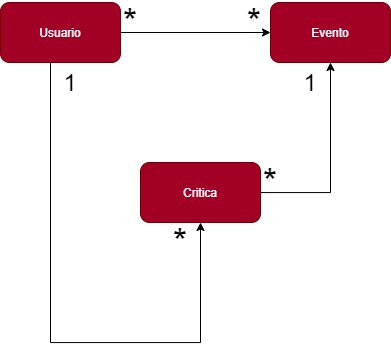
This is documentation/DB/relationship.drawio.png from GilDiego/eVent, a draw.io export, as it was before one commit. Source tidied: cells renumbered, new cells last; positions are measured from the earlier drawing's top-left corner, leaving out a move shared by most shapes. Its diagram source:
```xml
<mxGraphModel>
  <root>
    <mxCell id="0" />
    <mxCell id="1" parent="0" />
    <mxCell id="2" style="edgeStyle=orthogonalEdgeStyle;rounded=0;jettySize=auto;html=1;fontSize=24;" parent="1" edge="1" source="4" target="7">
      <mxGeometry relative="1" as="geometry">
        <Array as="points">
          <mxPoint x="50" y="340" />
        </Array>
      </mxGeometry>
    </mxCell>
    <mxCell id="3" style="edgeStyle=orthogonalEdgeStyle;rounded=0;jettySize=auto;html=1;entryX=0;entryY=0.5;entryDx=0;entryDy=0;fontSize=24;" parent="1" edge="1" source="4" target="5">
      <mxGeometry relative="1" as="geometry" />
    </mxCell>
    <mxCell id="4" value="Usuario" style="rounded=1;whiteSpace=wrap;html=1;fillColor=#a20025;strokeColor=#6F0000;fontColor=#ffffff;" parent="1" vertex="1">
      <mxGeometry width="120" height="60" as="geometry" />
    </mxCell>
    <mxCell id="5" value="Evento" style="rounded=1;whiteSpace=wrap;html=1;fillColor=#a20025;strokeColor=#6F0000;fontColor=#ffffff;" parent="1" vertex="1">
      <mxGeometry x="270" width="120" height="60" as="geometry" />
    </mxCell>
    <mxCell id="6" style="edgeStyle=orthogonalEdgeStyle;rounded=0;jettySize=auto;html=1;entryX=0.5;entryY=1;entryDx=0;entryDy=0;fontSize=24;" parent="1" edge="1" source="7" target="5">
      <mxGeometry relative="1" as="geometry" />
    </mxCell>
    <mxCell id="7" value="Critica" style="rounded=1;whiteSpace=wrap;html=1;fillColor=#a20025;strokeColor=#6F0000;fontColor=#ffffff;" parent="1" vertex="1">
      <mxGeometry x="140" y="160" width="120" height="60" as="geometry" />
    </mxCell>
    <mxCell id="8" value="*" style="text;html=1;strokeColor=none;fillColor=none;align=center;verticalAlign=middle;whiteSpace=wrap;rounded=0;fontSize=37;" parent="1" vertex="1">
      <mxGeometry x="110" y="10" width="40" height="20" as="geometry" />
    </mxCell>
    <mxCell id="9" value="*" style="text;html=1;strokeColor=none;fillColor=none;align=center;verticalAlign=middle;whiteSpace=wrap;rounded=0;fontSize=37;" parent="1" vertex="1">
      <mxGeometry x="234" y="10" width="40" height="20" as="geometry" />
    </mxCell>
    <mxCell id="10" value="1" style="text;html=1;strokeColor=none;fillColor=none;align=center;verticalAlign=middle;whiteSpace=wrap;rounded=0;fontSize=24;" parent="1" vertex="1">
      <mxGeometry x="50" y="70" width="40" height="20" as="geometry" />
    </mxCell>
    <mxCell id="11" value="*" style="text;html=1;strokeColor=none;fillColor=none;align=center;verticalAlign=middle;whiteSpace=wrap;rounded=0;fontSize=37;" parent="1" vertex="1">
      <mxGeometry x="160" y="230" width="40" height="20" as="geometry" />
    </mxCell>
    <mxCell id="12" value="*" style="text;html=1;strokeColor=none;fillColor=none;align=center;verticalAlign=middle;whiteSpace=wrap;rounded=0;fontSize=37;" parent="1" vertex="1">
      <mxGeometry x="250" y="170" width="40" height="20" as="geometry" />
    </mxCell>
    <mxCell id="13" value="1" style="text;html=1;strokeColor=none;fillColor=none;align=center;verticalAlign=middle;whiteSpace=wrap;rounded=0;fontSize=24;" parent="1" vertex="1">
      <mxGeometry x="290" y="70" width="40" height="20" as="geometry" />
    </mxCell>
  </root>
</mxGraphModel>
```
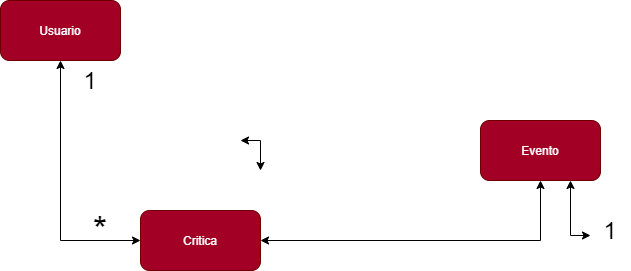
After the commit.

What changed in the source:
```diff
@@ -2,45 +2,46 @@
   <root>
     <mxCell id="0" />
     <mxCell id="1" parent="0" />
-    <mxCell id="2" style="edgeStyle=orthogonalEdgeStyle;rounded=0;jettySize=auto;html=1;fontSize=24;" parent="1" edge="1" source="4" target="7">
+    <mxCell id="2" style="edgeStyle=orthogonalEdgeStyle;rounded=0;jettySize=auto;html=1;fontSize=24;startArrow=classic;startFill=1;" parent="1" edge="1" source="4" target="7">
       <mxGeometry relative="1" as="geometry">
         <Array as="points">
-          <mxPoint x="50" y="340" />
+          <mxPoint x="-110" y="320" />
         </Array>
       </mxGeometry>
     </mxCell>
-    <mxCell id="3" style="edgeStyle=orthogonalEdgeStyle;rounded=0;jettySize=auto;html=1;entryX=0;entryY=0.5;entryDx=0;entryDy=0;fontSize=24;" parent="1" edge="1" source="4" target="5">
-      <mxGeometry relative="1" as="geometry" />
-    </mxCell>
     <mxCell id="4" value="Usuario" style="rounded=1;whiteSpace=wrap;html=1;fillColor=#a20025;strokeColor=#6F0000;fontColor=#ffffff;" parent="1" vertex="1">
-      <mxGeometry width="120" height="60" as="geometry" />
+      <mxGeometry x="-170" y="80" width="120" height="60" as="geometry" />
     </mxCell>
+    <mxCell id="14" style="edgeStyle=orthogonalEdgeStyle;rounded=0;jettySize=auto;html=1;exitX=0.75;exitY=1;exitDx=0;exitDy=0;entryX=0;entryY=0.75;entryDx=0;entryDy=0;startArrow=classic;startFill=1;" parent="1" edge="1" source="5" target="13">
+      <mxGeometry relative="1" as="geometry" />
+    </mxCell>
     <mxCell id="5" value="Evento" style="rounded=1;whiteSpace=wrap;html=1;fillColor=#a20025;strokeColor=#6F0000;fontColor=#ffffff;" parent="1" vertex="1">
-      <mxGeometry x="270" width="120" height="60" as="geometry" />
+      <mxGeometry x="310" y="200" width="120" height="60" as="geometry" />
     </mxCell>
-    <mxCell id="6" style="edgeStyle=orthogonalEdgeStyle;rounded=0;jettySize=auto;html=1;entryX=0.5;entryY=1;entryDx=0;entryDy=0;fontSize=24;" parent="1" edge="1" source="7" target="5">
-      <mxGeometry relative="1" as="geometry" />
+    <mxCell id="6" style="edgeStyle=orthogonalEdgeStyle;rounded=0;jettySize=auto;html=1;entryX=0.5;entryY=1;entryDx=0;entryDy=0;fontSize=24;exitX=1;exitY=0.5;exitDx=0;exitDy=0;startArrow=classic;startFill=1;" parent="1" edge="1" source="7" target="5">
+      <mxGeometry relative="1" as="geometry">
+        <Array as="points">
+          <mxPoint x="370" y="320" />
+        </Array>
+      </mxGeometry>
     </mxCell>
     <mxCell id="7" value="Critica" style="rounded=1;whiteSpace=wrap;html=1;fillColor=#a20025;strokeColor=#6F0000;fontColor=#ffffff;" parent="1" vertex="1">
-      <mxGeometry x="140" y="160" width="120" height="60" as="geometry" />
+      <mxGeometry x="-30" y="290" width="120" height="60" as="geometry" />
     </mxCell>
-    <mxCell id="8" value="*" style="text;html=1;strokeColor=none;fillColor=none;align=center;verticalAlign=middle;whiteSpace=wrap;rounded=0;fontSize=37;" parent="1" vertex="1">
-      <mxGeometry x="110" y="10" width="40" height="20" as="geometry" />
-    </mxCell>
-    <mxCell id="9" value="*" style="text;html=1;strokeColor=none;fillColor=none;align=center;verticalAlign=middle;whiteSpace=wrap;rounded=0;fontSize=37;" parent="1" vertex="1">
-      <mxGeometry x="234" y="10" width="40" height="20" as="geometry" />
-    </mxCell>
     <mxCell id="10" value="1" style="text;html=1;strokeColor=none;fillColor=none;align=center;verticalAlign=middle;whiteSpace=wrap;rounded=0;fontSize=24;" parent="1" vertex="1">
-      <mxGeometry x="50" y="70" width="40" height="20" as="geometry" />
+      <mxGeometry x="-100" y="150" width="40" height="20" as="geometry" />
     </mxCell>
     <mxCell id="11" value="*" style="text;html=1;strokeColor=none;fillColor=none;align=center;verticalAlign=middle;whiteSpace=wrap;rounded=0;fontSize=37;" parent="1" vertex="1">
-      <mxGeometry x="160" y="230" width="40" height="20" as="geometry" />
+      <mxGeometry x="-90" y="300" width="40" height="20" as="geometry" />
     </mxCell>
-    <mxCell id="12" value="*" style="text;html=1;strokeColor=none;fillColor=none;align=center;verticalAlign=middle;whiteSpace=wrap;rounded=0;fontSize=37;" parent="1" vertex="1">
-      <mxGeometry x="250" y="170" width="40" height="20" as="geometry" />
-    </mxCell>
+    <mxCell id="15" style="edgeStyle=orthogonalEdgeStyle;rounded=0;orthogonalLoop=1;jettySize=auto;html=1;exitX=0.5;exitY=0;exitDx=0;exitDy=0;startArrow=classic;startFill=1;" parent="1" edge="1">
+      <mxGeometry relative="1" as="geometry">
+        <mxPoint x="70" y="220" as="sourcePoint" />
+        <mxPoint x="90" y="250" as="targetPoint" />
+      </mxGeometry>
+    </mxCell>
     <mxCell id="13" value="1" style="text;html=1;strokeColor=none;fillColor=none;align=center;verticalAlign=middle;whiteSpace=wrap;rounded=0;fontSize=24;" parent="1" vertex="1">
-      <mxGeometry x="290" y="70" width="40" height="20" as="geometry" />
+      <mxGeometry x="420" y="300" width="40" height="20" as="geometry" />
     </mxCell>
   </root>
 </mxGraphModel>
```
